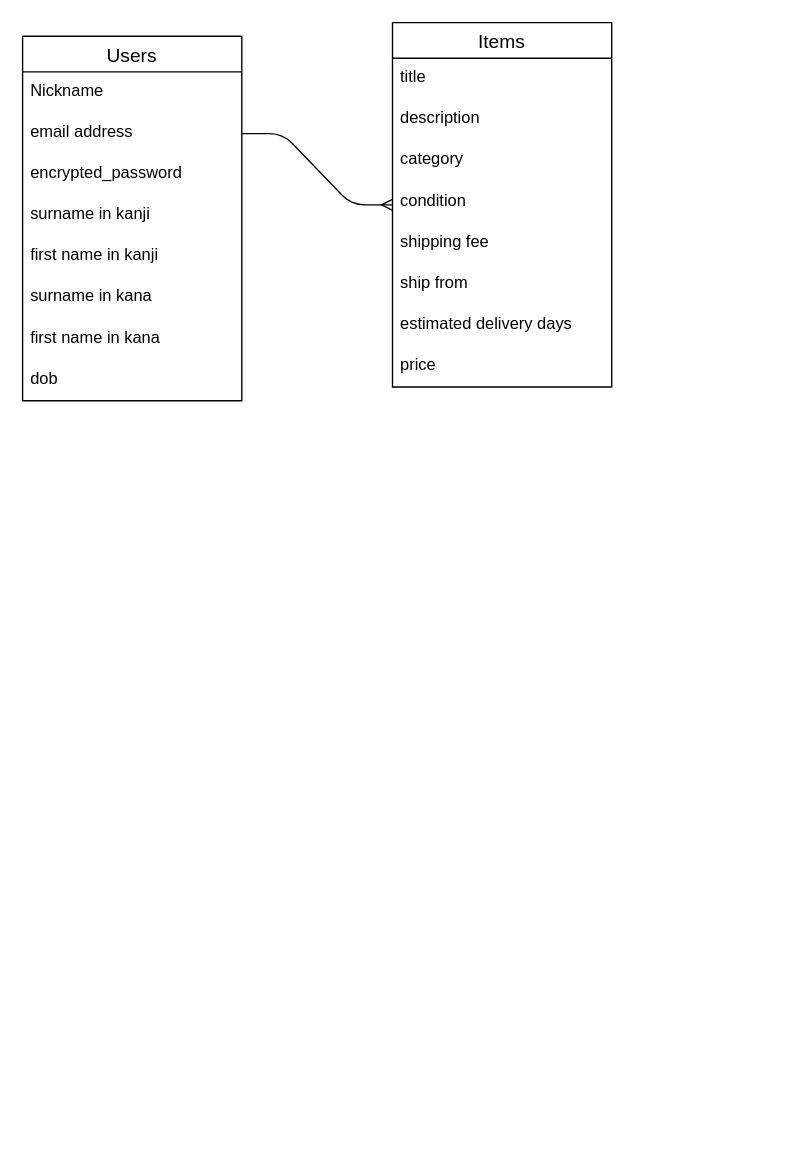
mxmldesign/furima-41800 keeps this draw.io diagram as ER_diagram.dio. Above is the earlier version. Source tidied: cells renumbered, new cells numbered last; positions are measured from the earlier drawing's top-left corner, leaving out a move shared by most shapes. Both pictures are drawn from the tidied source at 137%, with x=0, y=0 at pixel (22, 22).
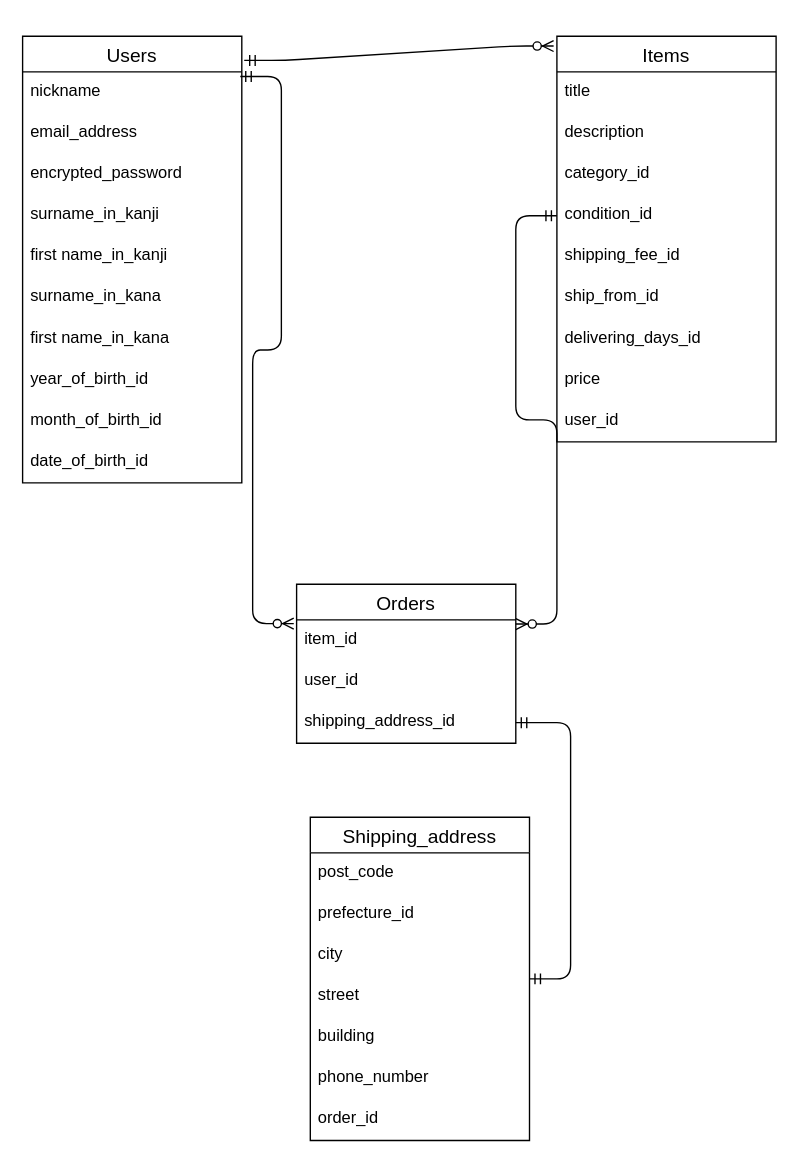
Above is the later version.

Diff of the diagram source:
```diff
@@
     <mxCell id="2" value="Users" style="swimlane;fontStyle=0;horizontal=1;startSize=26;align=center;fontSize=14;" parent="1" vertex="1">
-      <mxGeometry y="10" width="160" height="266" as="geometry" />
+      <mxGeometry y="10" width="160" height="326" as="geometry" />
     </mxCell>
-    <mxCell id="3" value="Nickname" style="text;strokeColor=none;fillColor=none;spacingLeft=4;spacingRight=4;overflow=hidden;fontSize=12;" parent="2" vertex="1">
+    <mxCell id="3" value="nickname" style="text;strokeColor=none;fillColor=none;spacingLeft=4;spacingRight=4;overflow=hidden;fontSize=12;" parent="2" vertex="1">
       <mxGeometry y="26" width="160" height="30" as="geometry" />
     </mxCell>
-    <mxCell id="4" value="email address" style="text;strokeColor=none;fillColor=none;spacingLeft=4;spacingRight=4;overflow=hidden;points=[[0,0.5],[1,0.5]];portConstraint=eastwest;fontSize=12;" parent="2" vertex="1">
+    <mxCell id="4" value="email_address " style="text;strokeColor=none;fillColor=none;spacingLeft=4;spacingRight=4;overflow=hidden;points=[[0,0.5],[1,0.5]];portConstraint=eastwest;fontSize=12;" parent="2" vertex="1">
       <mxGeometry y="56" width="160" height="30" as="geometry" />
     </mxCell>
@@
-    <mxCell id="6" value="surname in kanji" style="text;strokeColor=none;fillColor=none;spacingLeft=4;spacingRight=4;overflow=hidden;fontSize=12;" parent="2" vertex="1">
+    <mxCell id="6" value="surname_in_kanji" style="text;strokeColor=none;fillColor=none;spacingLeft=4;spacingRight=4;overflow=hidden;fontSize=12;" parent="2" vertex="1">
       <mxGeometry y="116" width="160" height="30" as="geometry" />
     </mxCell>
-    <mxCell id="7" value="first name in kanji" style="text;strokeColor=none;fillColor=none;spacingLeft=4;spacingRight=4;overflow=hidden;fontSize=12;" parent="2" vertex="1">
+    <mxCell id="7" value="first name_in_kanji" style="text;strokeColor=none;fillColor=none;spacingLeft=4;spacingRight=4;overflow=hidden;fontSize=12;" parent="2" vertex="1">
       <mxGeometry y="146" width="160" height="30" as="geometry" />
     </mxCell>
-    <mxCell id="8" value="surname in kana" style="text;strokeColor=none;fillColor=none;spacingLeft=4;spacingRight=4;overflow=hidden;fontSize=12;" parent="2" vertex="1">
+    <mxCell id="8" value="surname_in_kana" style="text;strokeColor=none;fillColor=none;spacingLeft=4;spacingRight=4;overflow=hidden;fontSize=12;" parent="2" vertex="1">
       <mxGeometry y="176" width="160" height="30" as="geometry" />
     </mxCell>
-    <mxCell id="9" value="first name in kana" style="text;strokeColor=none;fillColor=none;spacingLeft=4;spacingRight=4;overflow=hidden;fontSize=12;" parent="2" vertex="1">
+    <mxCell id="9" value="first name_in_kana" style="text;strokeColor=none;fillColor=none;spacingLeft=4;spacingRight=4;overflow=hidden;fontSize=12;" parent="2" vertex="1">
       <mxGeometry y="206" width="160" height="30" as="geometry" />
     </mxCell>
-    <mxCell id="10" value="dob" style="text;strokeColor=none;fillColor=none;spacingLeft=4;spacingRight=4;overflow=hidden;fontSize=12;" parent="2" vertex="1">
+    <mxCell id="10" value="year_of_birth_id" style="text;strokeColor=none;fillColor=none;spacingLeft=4;spacingRight=4;overflow=hidden;fontSize=12;" parent="2" vertex="1">
       <mxGeometry y="236" width="160" height="30" as="geometry" />
     </mxCell>
+    <mxCell id="21" value="month_of_birth_id" style="text;strokeColor=none;fillColor=none;spacingLeft=4;spacingRight=4;overflow=hidden;fontSize=12;" parent="2" vertex="1">
+      <mxGeometry y="266" width="160" height="30" as="geometry" />
+    </mxCell>
+    <mxCell id="22" value="date_of_birth_id" style="text;strokeColor=none;fillColor=none;spacingLeft=4;spacingRight=4;overflow=hidden;fontSize=12;" parent="2" vertex="1">
+      <mxGeometry y="296" width="160" height="30" as="geometry" />
+    </mxCell>
     <mxCell id="11" value="Items" style="swimlane;fontStyle=0;horizontal=1;startSize=26;align=center;fontSize=14;" parent="1" vertex="1">
-      <mxGeometry x="270" width="160" height="266" as="geometry" />
+      <mxGeometry x="390" y="10" width="160" height="296" as="geometry" />
     </mxCell>
@@
-    <mxCell id="14" value="category" style="text;strokeColor=none;fillColor=none;spacingLeft=4;spacingRight=4;overflow=hidden;fontSize=12;" parent="11" vertex="1">
+    <mxCell id="14" value="category_id" style="text;strokeColor=none;fillColor=none;spacingLeft=4;spacingRight=4;overflow=hidden;fontSize=12;" parent="11" vertex="1">
       <mxGeometry y="86" width="160" height="30" as="geometry" />
     </mxCell>
-    <mxCell id="15" value="condition" style="text;strokeColor=none;fillColor=none;spacingLeft=4;spacingRight=4;overflow=hidden;points=[[0,0.5],[1,0.5]];portConstraint=eastwest;fontSize=12;" parent="11" vertex="1">
+    <mxCell id="15" value="condition_id" style="text;strokeColor=none;fillColor=none;spacingLeft=4;spacingRight=4;overflow=hidden;points=[[0,0.5],[1,0.5]];portConstraint=eastwest;fontSize=12;" parent="11" vertex="1">
       <mxGeometry y="116" width="160" height="30" as="geometry" />
     </mxCell>
-    <mxCell id="16" value="shipping fee" style="text;strokeColor=none;fillColor=none;spacingLeft=4;spacingRight=4;overflow=hidden;fontSize=12;" parent="11" vertex="1">
+    <mxCell id="16" value="shipping_fee_id" style="text;strokeColor=none;fillColor=none;spacingLeft=4;spacingRight=4;overflow=hidden;fontSize=12;" parent="11" vertex="1">
       <mxGeometry y="146" width="160" height="30" as="geometry" />
     </mxCell>
-    <mxCell id="17" value="ship from" style="text;strokeColor=none;fillColor=none;spacingLeft=4;spacingRight=4;overflow=hidden;fontSize=12;" parent="11" vertex="1">
+    <mxCell id="17" value="ship_from_id" style="text;strokeColor=none;fillColor=none;spacingLeft=4;spacingRight=4;overflow=hidden;fontSize=12;" parent="11" vertex="1">
       <mxGeometry y="176" width="160" height="30" as="geometry" />
     </mxCell>
-    <mxCell id="18" value="estimated delivery days" style="text;strokeColor=none;fillColor=none;spacingLeft=4;spacingRight=4;overflow=hidden;fontSize=12;" parent="11" vertex="1">
+    <mxCell id="18" value="delivering_days_id" style="text;strokeColor=none;fillColor=none;spacingLeft=4;spacingRight=4;overflow=hidden;fontSize=12;" parent="11" vertex="1">
       <mxGeometry y="206" width="160" height="30" as="geometry" />
     </mxCell>
@@
-    <mxCell id="20" style="edgeStyle=entityRelationEdgeStyle;fontSize=12;html=1;endArrow=ERmany;exitX=1;exitY=0.5;exitDx=0;exitDy=0;" parent="1" edge="1" source="4" target="11">
-      <mxGeometry relative="1" as="geometry" />
-    </mxCell>
+    <mxCell id="23" value="user_id" style="text;strokeColor=none;fillColor=none;spacingLeft=4;spacingRight=4;overflow=hidden;fontSize=12;" parent="11" vertex="1">
+      <mxGeometry y="266" width="160" height="30" as="geometry" />
+    </mxCell>
+    <mxCell id="24" value="Shipping_address" style="swimlane;fontStyle=0;horizontal=1;startSize=26;align=center;fontSize=14;" parent="1" vertex="1">
+      <mxGeometry x="210" y="580" width="160" height="236" as="geometry" />
+    </mxCell>
+    <mxCell id="25" value="post_code" style="text;strokeColor=none;fillColor=none;spacingLeft=4;spacingRight=4;overflow=hidden;fontSize=12;" parent="24" vertex="1">
+      <mxGeometry y="26" width="160" height="30" as="geometry" />
+    </mxCell>
+    <mxCell id="26" value="prefecture_id" style="text;strokeColor=none;fillColor=none;spacingLeft=4;spacingRight=4;overflow=hidden;fontSize=12;" parent="24" vertex="1">
+      <mxGeometry y="56" width="160" height="30" as="geometry" />
+    </mxCell>
+    <mxCell id="27" value="city" style="text;strokeColor=none;fillColor=none;spacingLeft=4;spacingRight=4;overflow=hidden;fontSize=12;" parent="24" vertex="1">
+      <mxGeometry y="86" width="160" height="30" as="geometry" />
+    </mxCell>
+    <mxCell id="28" value="street" style="text;strokeColor=none;fillColor=none;spacingLeft=4;spacingRight=4;overflow=hidden;fontSize=12;" parent="24" vertex="1">
+      <mxGeometry y="116" width="160" height="30" as="geometry" />
+    </mxCell>
+    <mxCell id="29" value="building" style="text;strokeColor=none;fillColor=none;spacingLeft=4;spacingRight=4;overflow=hidden;fontSize=12;" parent="24" vertex="1">
+      <mxGeometry y="146" width="160" height="30" as="geometry" />
+    </mxCell>
+    <mxCell id="30" value="phone_number" style="text;strokeColor=none;fillColor=none;spacingLeft=4;spacingRight=4;overflow=hidden;fontSize=12;" parent="24" vertex="1">
+      <mxGeometry y="176" width="160" height="30" as="geometry" />
+    </mxCell>
+    <mxCell id="31" value="order_id" style="text;strokeColor=none;fillColor=none;spacingLeft=4;spacingRight=4;overflow=hidden;fontSize=12;" parent="24" vertex="1">
+      <mxGeometry y="206" width="160" height="30" as="geometry" />
+    </mxCell>
+    <mxCell id="32" style="edgeStyle=entityRelationEdgeStyle;fontSize=12;html=1;endArrow=ERzeroToMany;startArrow=ERmandOne;entryX=-0.015;entryY=0.024;entryDx=0;entryDy=0;entryPerimeter=0;exitX=1.011;exitY=0.054;exitDx=0;exitDy=0;exitPerimeter=0;" parent="1" edge="1" source="2" target="11">
+      <mxGeometry relative="1" as="geometry" />
+    </mxCell>
+    <mxCell id="33" value="Orders" style="swimlane;fontStyle=0;horizontal=1;startSize=26;align=center;fontSize=14;" parent="1" vertex="1">
+      <mxGeometry x="200" y="410" width="160" height="116" as="geometry" />
+    </mxCell>
+    <mxCell id="34" value="item_id" style="text;strokeColor=none;fillColor=none;spacingLeft=4;spacingRight=4;overflow=hidden;points=[[0,0.5],[1,0.5]];portConstraint=eastwest;fontSize=12;" parent="33" vertex="1">
+      <mxGeometry y="26" width="160" height="30" as="geometry" />
+    </mxCell>
+    <mxCell id="35" value="user_id" style="text;strokeColor=none;fillColor=none;spacingLeft=4;spacingRight=4;overflow=hidden;fontSize=12;" parent="33" vertex="1">
+      <mxGeometry y="56" width="160" height="30" as="geometry" />
+    </mxCell>
+    <mxCell id="36" value="shipping_address_id" style="text;strokeColor=none;fillColor=none;spacingLeft=4;spacingRight=4;overflow=hidden;points=[[0,0.5],[1,0.5]];portConstraint=eastwest;fontSize=12;" parent="33" vertex="1">
+      <mxGeometry y="86" width="160" height="30" as="geometry" />
+    </mxCell>
+    <mxCell id="37" style="edgeStyle=entityRelationEdgeStyle;fontSize=12;html=1;endArrow=ERmandOne;startArrow=ERmandOne;entryX=1;entryY=0.5;entryDx=0;entryDy=0;" parent="1" edge="1" source="24" target="36">
+      <mxGeometry relative="1" as="geometry" />
+    </mxCell>
+    <mxCell id="38" style="edgeStyle=entityRelationEdgeStyle;fontSize=12;html=1;endArrow=ERzeroToMany;startArrow=ERmandOne;exitX=0;exitY=0.5;exitDx=0;exitDy=0;entryX=1;entryY=0.25;entryDx=0;entryDy=0;" parent="1" edge="1" source="15" target="33">
+      <mxGeometry relative="1" as="geometry" />
+    </mxCell>
+    <mxCell id="39" style="edgeStyle=entityRelationEdgeStyle;fontSize=12;html=1;endArrow=ERzeroToMany;startArrow=ERmandOne;entryX=-0.013;entryY=0.089;entryDx=0;entryDy=0;entryPerimeter=0;exitX=0.993;exitY=0.09;exitDx=0;exitDy=0;exitPerimeter=0;" parent="1" edge="1" source="2" target="34">
+      <mxGeometry relative="1" as="geometry" />
+    </mxCell>
```
